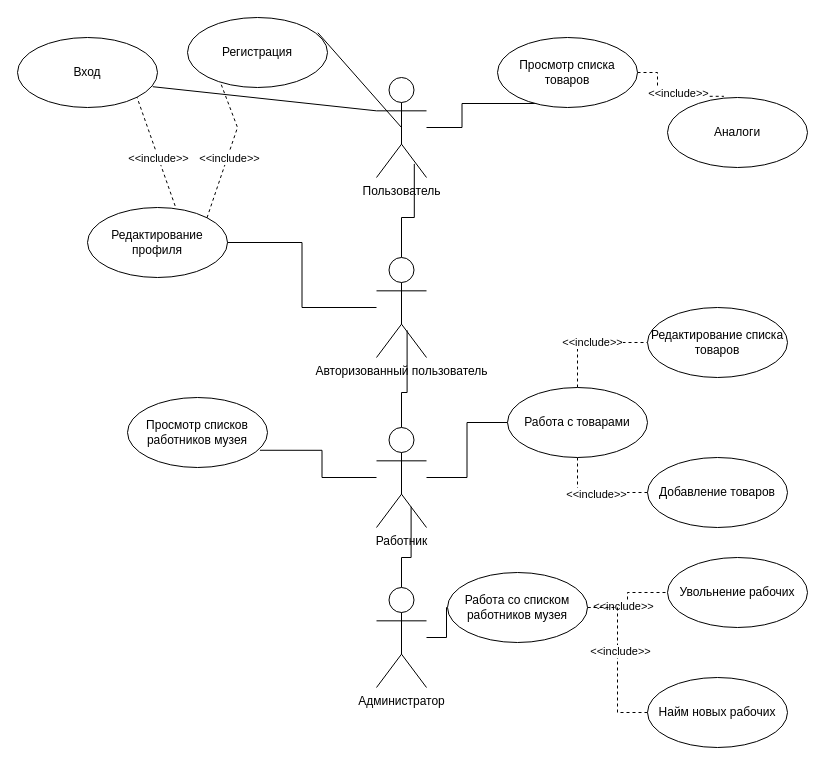
The draw.io diagram UML.drawio in shtorm901/pharmacy_Data_Base, before the edit. Source tidied: cells renumbered, new cells numbered last; positions are measured from the earlier drawing's top-left corner, leaving out a move shared by most shapes. Both pictures are drawn from the tidied source at 100%, with x=0, y=0 at pixel (17, 17).
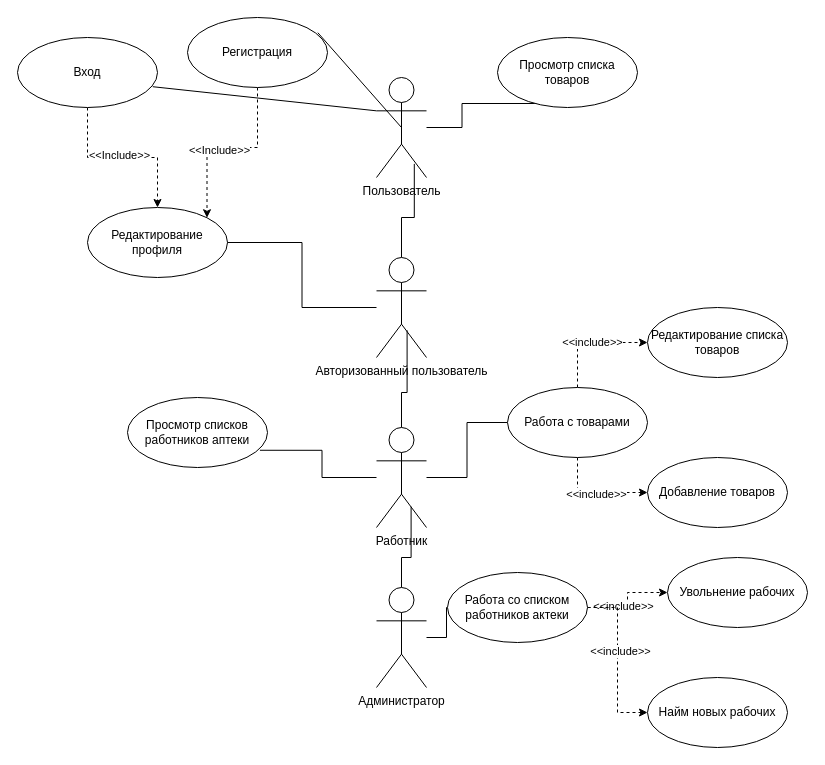
After the change.

The change refers to these unchanged cells:
```xml
<mxCell id="4" value="Вход" style="ellipse;whiteSpace=wrap;html=1;" parent="1" vertex="1">
  <mxGeometry y="20" width="140" height="70" as="geometry" />
</mxCell>
<mxCell id="5" value="Регистрация" style="ellipse;whiteSpace=wrap;html=1;" parent="1" vertex="1">
  <mxGeometry x="170" width="140" height="70" as="geometry" />
</mxCell>
<mxCell id="8" value="Редактирование профиля" style="ellipse;whiteSpace=wrap;html=1;" parent="1" vertex="1">
  <mxGeometry x="70" y="190" width="140" height="70" as="geometry" />
</mxCell>
<mxCell id="19" value="Просмотр списка товаров" style="ellipse;whiteSpace=wrap;html=1;" parent="1" vertex="1">
  <mxGeometry x="480" y="20" width="140" height="70" as="geometry" />
</mxCell>
<mxCell id="32" value="Работа с товарами" style="ellipse;whiteSpace=wrap;html=1;" parent="1" vertex="1">
  <mxGeometry x="490" y="370" width="140" height="70" as="geometry" />
</mxCell>
<mxCell id="33" value="Редактирование списка товаров" style="ellipse;whiteSpace=wrap;html=1;" parent="1" vertex="1">
  <mxGeometry x="630" y="290" width="140" height="70" as="geometry" />
</mxCell>
<mxCell id="34" value="Добавление товаров" style="ellipse;whiteSpace=wrap;html=1;" parent="1" vertex="1">
  <mxGeometry x="630" y="440" width="140" height="70" as="geometry" />
</mxCell>
<mxCell id="40" value="Увольнение рабочих" style="ellipse;whiteSpace=wrap;html=1;" parent="1" vertex="1">
  <mxGeometry x="650" y="540" width="140" height="70" as="geometry" />
</mxCell>
<mxCell id="41" value="Найм новых рабочих" style="ellipse;whiteSpace=wrap;html=1;" parent="1" vertex="1">
  <mxGeometry x="630" y="660" width="140" height="70" as="geometry" />
</mxCell>
```

Diff of the diagram source:
```diff
@@
+    <mxCell id="42" style="edgeStyle=orthogonalEdgeStyle;rounded=0;jettySize=auto;html=1;dashed=1;" parent="1" edge="1" source="4" target="8">
+      <mxGeometry relative="1" as="geometry" />
+    </mxCell>
+    <mxCell id="43" value="&amp;lt;&amp;lt;Include&amp;gt;&amp;gt;" style="edgeLabel;html=1;align=center;verticalAlign=middle;" parent="42" vertex="1">
+      <mxGeometry x="-0.05" y="3" relative="1" as="geometry" />
+    </mxCell>
@@
+    <mxCell id="44" style="edgeStyle=orthogonalEdgeStyle;rounded=0;jettySize=auto;html=1;entryX=1;entryY=0;entryDx=0;entryDy=0;dashed=1;" parent="1" edge="1" source="5" target="8">
+      <mxGeometry relative="1" as="geometry" />
+    </mxCell>
+    <mxCell id="45" value="&amp;lt;&amp;lt;Include&amp;gt;&amp;gt;" style="edgeLabel;html=1;align=center;verticalAlign=middle;" parent="44" vertex="1">
+      <mxGeometry x="0.09" y="2" relative="1" as="geometry" />
+    </mxCell>
@@
-    <mxCell id="9" style="endArrow=none;html=1;rounded=0;exitX=0.626;exitY=-0.023;exitDx=0;exitDy=0;exitPerimeter=0;entryX=1;entryY=1;entryDx=0;entryDy=0;dashed=1;" parent="1" edge="1" source="8" target="4">
-      <mxGeometry relative="1" as="geometry" />
-    </mxCell>
-    <mxCell id="10" value="&amp;lt;&amp;lt;include&amp;gt;&amp;gt;&lt;br&gt;" style="edgeLabel;html=1;align=center;verticalAlign=middle;" parent="9" vertex="1">
-      <mxGeometry x="-0.39" y="2" relative="1" as="geometry">
-        <mxPoint x="-4" y="-16" as="offset" />
-      </mxGeometry>
-    </mxCell>
-    <mxCell id="11" style="endArrow=none;html=1;rounded=0;exitX=1;exitY=0;exitDx=0;exitDy=0;entryX=0.237;entryY=0.937;entryDx=0;entryDy=0;entryPerimeter=0;dashed=1;" parent="1" edge="1" source="8" target="5">
-      <mxGeometry relative="1" as="geometry">
-        <Array as="points">
-          <mxPoint x="220" y="110" />
-        </Array>
-      </mxGeometry>
-    </mxCell>
-    <mxCell id="12" value="&amp;lt;&amp;lt;include&amp;gt;&amp;gt;" style="edgeLabel;html=1;align=center;verticalAlign=middle;" parent="11" vertex="1">
-      <mxGeometry x="-0.1" y="-2" relative="1" as="geometry" />
-    </mxCell>
@@
-    <mxCell id="17" style="edgeStyle=orthogonalEdgeStyle;rounded=0;jettySize=auto;html=1;entryX=0.403;entryY=-0.017;entryDx=0;entryDy=0;entryPerimeter=0;endArrow=none;endFill=0;dashed=1;" parent="1" edge="1" source="19" target="20">
-      <mxGeometry relative="1" as="geometry" />
-    </mxCell>
-    <mxCell id="18" value="&amp;lt;&amp;lt;include&amp;gt;&amp;gt;" style="edgeLabel;html=1;align=center;verticalAlign=middle;" parent="17" vertex="1">
-      <mxGeometry x="0.17" y="3" relative="1" as="geometry" />
-    </mxCell>
@@
-    <mxCell id="20" value="Аналоги" style="ellipse;whiteSpace=wrap;html=1;" parent="1" vertex="1">
-      <mxGeometry x="650" y="80" width="140" height="70" as="geometry" />
-    </mxCell>
@@
-    <mxCell id="27" value="Просмотр списков работников музея" style="ellipse;whiteSpace=wrap;html=1;" parent="1" vertex="1">
+    <mxCell id="27" value="Просмотр списков работников аптеки" style="ellipse;whiteSpace=wrap;html=1;" parent="1" vertex="1">
       <mxGeometry x="110" y="380" width="140" height="70" as="geometry" />
     </mxCell>
-    <mxCell id="28" style="edgeStyle=orthogonalEdgeStyle;rounded=0;jettySize=auto;html=1;entryX=0;entryY=0.5;entryDx=0;entryDy=0;endArrow=none;endFill=0;dashed=1;" parent="1" edge="1" source="32" target="34">
+    <mxCell id="28" style="edgeStyle=orthogonalEdgeStyle;rounded=0;jettySize=auto;html=1;entryX=0;entryY=0.5;entryDx=0;entryDy=0;endArrow=classic;endFill=1;dashed=1;" parent="1" edge="1" source="32" target="34">
       <mxGeometry relative="1" as="geometry" />
     </mxCell>
@@
-    <mxCell id="30" style="edgeStyle=orthogonalEdgeStyle;rounded=0;jettySize=auto;html=1;entryX=0;entryY=0.5;entryDx=0;entryDy=0;endArrow=none;endFill=0;dashed=1;" parent="1" edge="1" source="32" target="33">
+    <mxCell id="30" style="edgeStyle=orthogonalEdgeStyle;rounded=0;jettySize=auto;html=1;entryX=0;entryY=0.5;entryDx=0;entryDy=0;endArrow=classic;endFill=1;dashed=1;" parent="1" edge="1" source="32" target="33">
       <mxGeometry relative="1" as="geometry" />
     </mxCell>
@@
-    <mxCell id="35" style="edgeStyle=orthogonalEdgeStyle;rounded=0;jettySize=auto;html=1;entryX=0;entryY=0.5;entryDx=0;entryDy=0;endArrow=none;endFill=0;dashed=1;" parent="1" edge="1" source="39" target="40">
+    <mxCell id="35" style="edgeStyle=orthogonalEdgeStyle;rounded=0;jettySize=auto;html=1;entryX=0;entryY=0.5;entryDx=0;entryDy=0;endArrow=classic;endFill=1;dashed=1;" parent="1" edge="1" source="39" target="40">
       <mxGeometry relative="1" as="geometry" />
     </mxCell>
@@
-    <mxCell id="37" style="edgeStyle=orthogonalEdgeStyle;rounded=0;jettySize=auto;html=1;entryX=0;entryY=0.5;entryDx=0;entryDy=0;dashed=1;endArrow=none;endFill=0;" parent="1" edge="1" source="39" target="41">
+    <mxCell id="37" style="edgeStyle=orthogonalEdgeStyle;rounded=0;jettySize=auto;html=1;entryX=0;entryY=0.5;entryDx=0;entryDy=0;dashed=1;endArrow=classic;endFill=1;" parent="1" edge="1" source="39" target="41">
       <mxGeometry relative="1" as="geometry" />
     </mxCell>
@@
-    <mxCell id="39" value="Работа со списком работников музея" style="ellipse;whiteSpace=wrap;html=1;" parent="1" vertex="1">
+    <mxCell id="39" value="Работа со списком работников актеки" style="ellipse;whiteSpace=wrap;html=1;" parent="1" vertex="1">
       <mxGeometry x="430" y="555" width="140" height="70" as="geometry" />
     </mxCell>
```
